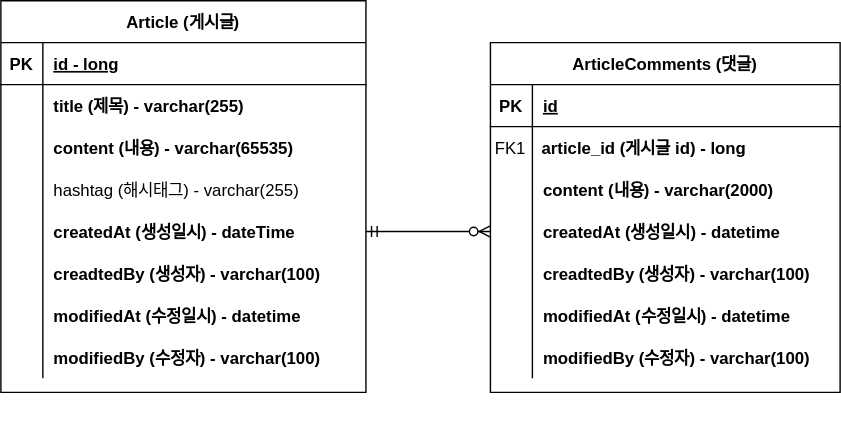
Above: document/project-board-erd.svg in waonderboy/project-board-spring (draw.io), before the change. Source tidied: cells renumbered, new cells last; positions are measured from the earlier drawing's top-left corner, leaving out a move shared by most shapes.
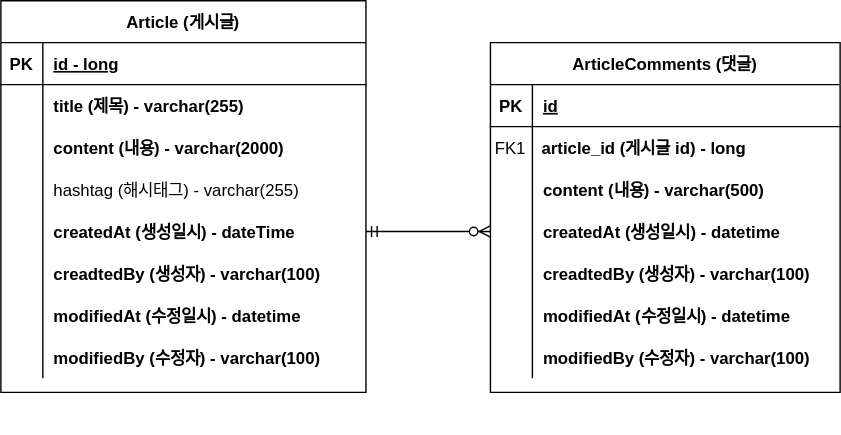
The same diagram one commit later.

Commit message:
#9 - ERD 업데이트: content 사이즈 변경

Diff of the diagram source:
```diff
@@ -29,7 +29,7 @@
     <mxCell id="10" style="shape=partialRectangle;overflow=hidden;fillColor=none;top=0;left=0;bottom=0;right=0;" parent="9" vertex="1">
       <mxGeometry width="30" height="30" as="geometry" />
     </mxCell>
-    <mxCell id="11" value="content (내용) - varchar(65535)" style="shape=partialRectangle;overflow=hidden;fillColor=none;top=0;left=0;bottom=0;right=0;align=left;spacingLeft=6;fontStyle=1;" parent="9" vertex="1">
+    <mxCell id="11" value="content (내용) - varchar(2000)" style="shape=partialRectangle;overflow=hidden;fillColor=none;top=0;left=0;bottom=0;right=0;align=left;spacingLeft=6;fontStyle=1;" parent="9" vertex="1">
       <mxGeometry x="30" width="231" height="30" as="geometry" />
     </mxCell>
     <mxCell id="12" style="shape=partialRectangle;fillColor=none;top=0;left=0;right=0;bottom=0;" parent="2" vertex="1">
@@ -107,7 +107,7 @@
     <mxCell id="36" style="shape=partialRectangle;overflow=hidden;fillColor=none;top=0;left=0;bottom=0;right=0;" parent="35" vertex="1">
       <mxGeometry width="30" height="30" as="geometry" />
     </mxCell>
-    <mxCell id="37" value="content (내용) - varchar(2000)" style="shape=partialRectangle;overflow=hidden;fillColor=none;top=0;left=0;bottom=0;right=0;align=left;spacingLeft=6;fontStyle=1;" parent="35" vertex="1">
+    <mxCell id="37" value="content (내용) - varchar(500)" style="shape=partialRectangle;overflow=hidden;fillColor=none;top=0;left=0;bottom=0;right=0;align=left;spacingLeft=6;fontStyle=1;" parent="35" vertex="1">
       <mxGeometry x="30" width="220" height="30" as="geometry" />
     </mxCell>
     <mxCell id="38" style="shape=partialRectangle;fillColor=none;points=[[0,0.5],[1,0.5]];portConstraint=eastwest;top=0;left=0;right=0;bottom=0;" parent="28" vertex="1">
```
